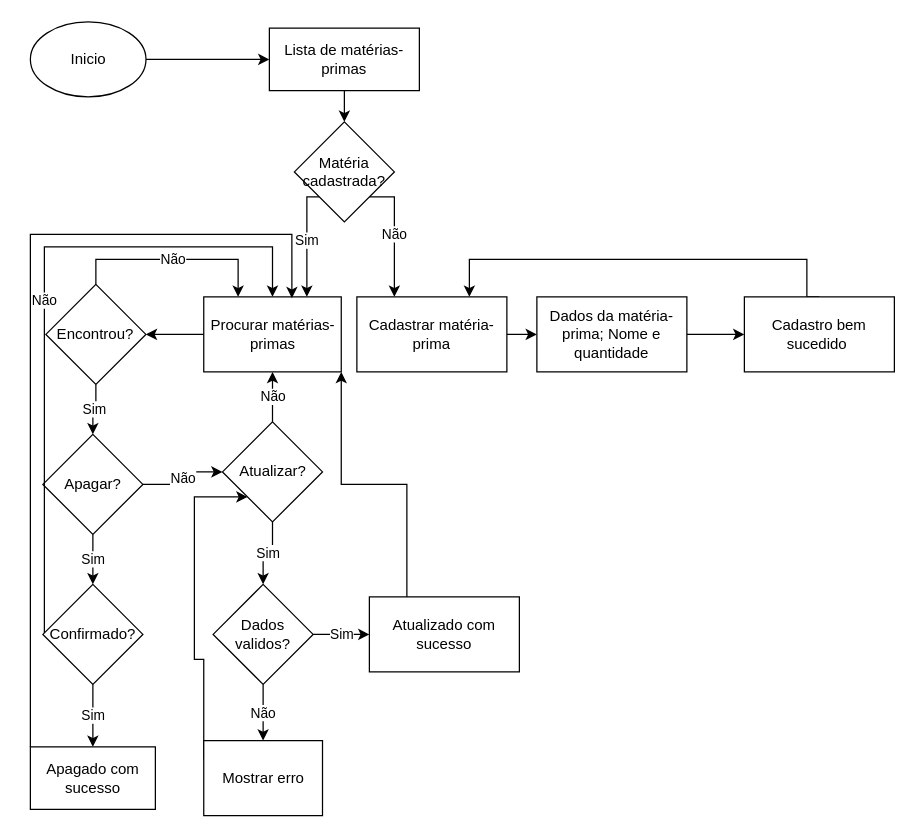
The draw.io diagram page "Página-3" (3 of 6) of doc/fluxograma.drawio in D3ise/fluxograma, before the edit. Source tidied: cells renumbered, new cells numbered last; positions are measured from the earlier drawing's top-left corner, leaving out a move shared by most shapes. Both pictures are drawn from the tidied source at 125%, with x=0, y=0 at pixel (30, 21).
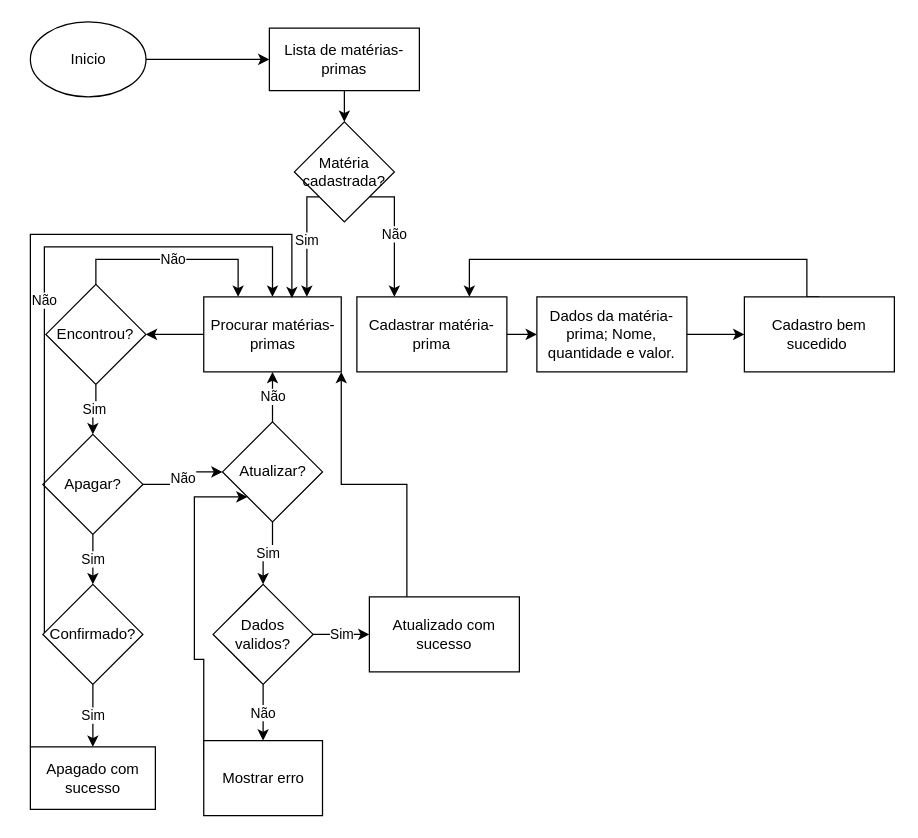
After the change.

Diff of the diagram source:
```diff
@@
-    <mxCell id="8" value="Dados da matéria-prima; Nome e quantidade" style="rounded=0;whiteSpace=wrap;html=1;" parent="1" vertex="1">
+    <mxCell id="8" value="Dados da matéria-prima; Nome, quantidade e valor." style="rounded=0;whiteSpace=wrap;html=1;" parent="1" vertex="1">
       <mxGeometry x="405" y="220" width="120" height="60" as="geometry" />
     </mxCell>
```
